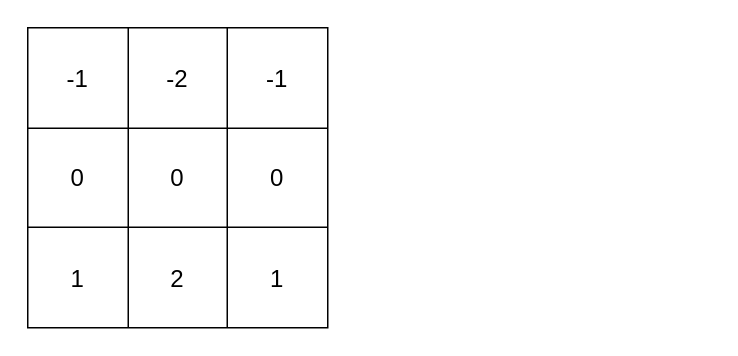
Earlier version of the draw.io diagram page "第 2 页" (2 of 3) of backbone.drawio (225ceV/-). Source tidied: cells renumbered, new cells numbered last; positions are measured from the earlier drawing's top-left corner, leaving out a move shared by most shapes. Both pictures are drawn from the tidied source at 150%, with x=0, y=0 at pixel (27, 27).
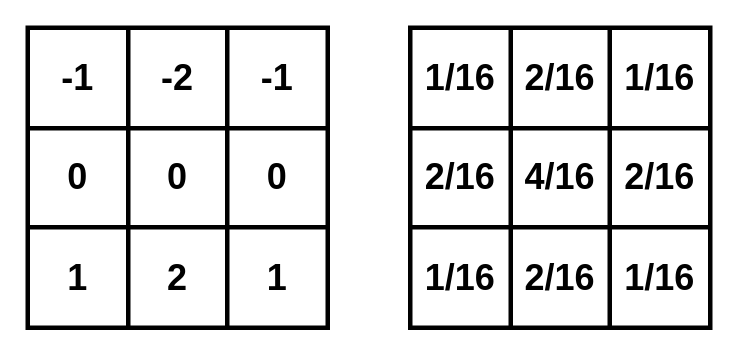
After the change.

Unchanged cells that the change refers to:
```xml
<mxCell id="3" style="shape=tableRow;horizontal=0;startSize=0;swimlaneHead=0;swimlaneBody=0;strokeColor=inherit;top=0;left=0;bottom=0;right=0;fillColor=none;fontSize=16;" parent="2" vertex="1">
  <mxGeometry width="200" height="67" as="geometry" />
</mxCell>
<mxCell id="7" style="shape=tableRow;horizontal=0;startSize=0;swimlaneHead=0;swimlaneBody=0;strokeColor=inherit;top=0;left=0;bottom=0;right=0;fillColor=none;fontSize=16;" parent="2" vertex="1">
  <mxGeometry y="67" width="200" height="66" as="geometry" />
</mxCell>
<mxCell id="11" style="shape=tableRow;horizontal=0;startSize=0;swimlaneHead=0;swimlaneBody=0;strokeColor=inherit;top=0;left=0;bottom=0;right=0;fillColor=none;fontSize=16;" parent="2" vertex="1">
  <mxGeometry y="133" width="200" height="67" as="geometry" />
</mxCell>
```

Change to the diagram source:
```diff
@@
-    <mxCell id="2" style="shape=table;startSize=0;childLayout=tableLayout;fontSize=16;" parent="1" vertex="1">
+    <mxCell id="2" style="shape=table;startSize=0;childLayout=tableLayout;fontSize=16;strokeWidth=3;" parent="1" vertex="1">
       <mxGeometry width="200" height="200" as="geometry" />
     </mxCell>
@@
-    <mxCell id="4" value="-1" style="shape=partialRectangle;html=1;whiteSpace=wrap;strokeColor=inherit;overflow=hidden;fillColor=none;top=0;left=0;bottom=0;right=0;fontSize=16;" parent="3" vertex="1">
+    <mxCell id="4" value="&lt;b&gt;&lt;font style=&quot;font-size: 24px;&quot;&gt;-1&lt;/font&gt;&lt;/b&gt;" style="shape=partialRectangle;html=1;whiteSpace=wrap;strokeColor=inherit;overflow=hidden;fillColor=none;top=0;left=0;bottom=0;right=0;fontSize=16;" parent="3" vertex="1">
       <mxGeometry width="67" height="67" as="geometry" />
     </mxCell>
-    <mxCell id="5" value="-2" style="shape=partialRectangle;html=1;whiteSpace=wrap;strokeColor=inherit;overflow=hidden;fillColor=none;top=0;left=0;bottom=0;right=0;fontSize=16;" parent="3" vertex="1">
+    <mxCell id="5" value="&lt;b&gt;&lt;font style=&quot;font-size: 24px;&quot;&gt;-2&lt;/font&gt;&lt;/b&gt;" style="shape=partialRectangle;html=1;whiteSpace=wrap;strokeColor=inherit;overflow=hidden;fillColor=none;top=0;left=0;bottom=0;right=0;fontSize=16;" parent="3" vertex="1">
       <mxGeometry x="67" width="66" height="67" as="geometry" />
     </mxCell>
-    <mxCell id="6" value="-1" style="shape=partialRectangle;html=1;whiteSpace=wrap;strokeColor=inherit;overflow=hidden;fillColor=none;top=0;left=0;bottom=0;right=0;fontSize=16;" parent="3" vertex="1">
+    <mxCell id="6" value="&lt;b&gt;&lt;font style=&quot;font-size: 24px;&quot;&gt;-1&lt;/font&gt;&lt;/b&gt;" style="shape=partialRectangle;html=1;whiteSpace=wrap;strokeColor=inherit;overflow=hidden;fillColor=none;top=0;left=0;bottom=0;right=0;fontSize=16;strokeWidth=3;" parent="3" vertex="1">
       <mxGeometry x="133" width="67" height="67" as="geometry" />
     </mxCell>
@@
-    <mxCell id="8" value="0" style="shape=partialRectangle;html=1;whiteSpace=wrap;strokeColor=inherit;overflow=hidden;fillColor=none;top=0;left=0;bottom=0;right=0;fontSize=16;" parent="7" vertex="1">
+    <mxCell id="8" value="&lt;font style=&quot;font-size: 24px;&quot;&gt;&lt;b&gt;0&lt;/b&gt;&lt;/font&gt;" style="shape=partialRectangle;html=1;whiteSpace=wrap;strokeColor=inherit;overflow=hidden;fillColor=none;top=0;left=0;bottom=0;right=0;fontSize=16;" parent="7" vertex="1">
       <mxGeometry width="67" height="66" as="geometry" />
     </mxCell>
-    <mxCell id="9" value="0" style="shape=partialRectangle;html=1;whiteSpace=wrap;strokeColor=inherit;overflow=hidden;fillColor=none;top=0;left=0;bottom=0;right=0;fontSize=16;" parent="7" vertex="1">
+    <mxCell id="9" value="&lt;b&gt;&lt;font style=&quot;font-size: 24px;&quot;&gt;0&lt;/font&gt;&lt;/b&gt;" style="shape=partialRectangle;html=1;whiteSpace=wrap;strokeColor=inherit;overflow=hidden;fillColor=none;top=0;left=0;bottom=0;right=0;fontSize=16;" parent="7" vertex="1">
       <mxGeometry x="67" width="66" height="66" as="geometry" />
     </mxCell>
-    <mxCell id="10" value="0" style="shape=partialRectangle;html=1;whiteSpace=wrap;strokeColor=inherit;overflow=hidden;fillColor=none;top=0;left=0;bottom=0;right=0;fontSize=16;" parent="7" vertex="1">
+    <mxCell id="10" value="&lt;b&gt;&lt;font style=&quot;font-size: 24px;&quot;&gt;0&lt;/font&gt;&lt;/b&gt;" style="shape=partialRectangle;html=1;whiteSpace=wrap;strokeColor=inherit;overflow=hidden;fillColor=none;top=0;left=0;bottom=0;right=0;fontSize=16;" parent="7" vertex="1">
       <mxGeometry x="133" width="67" height="66" as="geometry" />
     </mxCell>
@@
-    <mxCell id="12" value="1" style="shape=partialRectangle;html=1;whiteSpace=wrap;strokeColor=inherit;overflow=hidden;fillColor=none;top=0;left=0;bottom=0;right=0;fontSize=16;" parent="11" vertex="1">
+    <mxCell id="12" value="&lt;b&gt;&lt;font style=&quot;font-size: 24px;&quot;&gt;1&lt;/font&gt;&lt;/b&gt;" style="shape=partialRectangle;html=1;whiteSpace=wrap;strokeColor=inherit;overflow=hidden;fillColor=none;top=0;left=0;bottom=0;right=0;fontSize=16;" parent="11" vertex="1">
       <mxGeometry width="67" height="67" as="geometry" />
     </mxCell>
-    <mxCell id="13" value="2" style="shape=partialRectangle;html=1;whiteSpace=wrap;strokeColor=inherit;overflow=hidden;fillColor=none;top=0;left=0;bottom=0;right=0;fontSize=16;" parent="11" vertex="1">
+    <mxCell id="13" value="&lt;b&gt;&lt;font style=&quot;font-size: 24px;&quot;&gt;2&lt;/font&gt;&lt;/b&gt;" style="shape=partialRectangle;html=1;whiteSpace=wrap;strokeColor=inherit;overflow=hidden;fillColor=none;top=0;left=0;bottom=0;right=0;fontSize=16;" parent="11" vertex="1">
       <mxGeometry x="67" width="66" height="67" as="geometry" />
     </mxCell>
-    <mxCell id="14" value="1" style="shape=partialRectangle;html=1;whiteSpace=wrap;strokeColor=inherit;overflow=hidden;fillColor=none;top=0;left=0;bottom=0;right=0;fontSize=16;" parent="11" vertex="1">
+    <mxCell id="14" value="&lt;b&gt;&lt;font style=&quot;font-size: 24px;&quot;&gt;1&lt;/font&gt;&lt;/b&gt;" style="shape=partialRectangle;html=1;whiteSpace=wrap;strokeColor=inherit;overflow=hidden;fillColor=none;top=0;left=0;bottom=0;right=0;fontSize=16;" parent="11" vertex="1">
       <mxGeometry x="133" width="67" height="67" as="geometry" />
     </mxCell>
+    <mxCell id="15" style="shape=table;startSize=0;childLayout=tableLayout;fontSize=16;strokeWidth=3;" parent="1" vertex="1">
+      <mxGeometry x="255" width="200" height="200" as="geometry" />
+    </mxCell>
+    <mxCell id="16" style="shape=tableRow;horizontal=0;startSize=0;swimlaneHead=0;swimlaneBody=0;strokeColor=inherit;top=0;left=0;bottom=0;right=0;fillColor=none;fontSize=16;" parent="15" vertex="1">
+      <mxGeometry width="200" height="67" as="geometry" />
+    </mxCell>
+    <mxCell id="17" value="&lt;b&gt;&lt;font style=&quot;font-size: 24px;&quot;&gt;1/16&lt;/font&gt;&lt;/b&gt;" style="shape=partialRectangle;html=1;whiteSpace=wrap;strokeColor=inherit;overflow=hidden;fillColor=none;top=0;left=0;bottom=0;right=0;fontSize=16;" parent="16" vertex="1">
+      <mxGeometry width="67" height="67" as="geometry" />
+    </mxCell>
+    <mxCell id="18" value="&lt;b&gt;&lt;font style=&quot;font-size: 24px;&quot;&gt;2/16&lt;/font&gt;&lt;/b&gt;" style="shape=partialRectangle;html=1;whiteSpace=wrap;strokeColor=inherit;overflow=hidden;fillColor=none;top=0;left=0;bottom=0;right=0;fontSize=16;" parent="16" vertex="1">
+      <mxGeometry x="67" width="66" height="67" as="geometry" />
+    </mxCell>
+    <mxCell id="19" value="&lt;b&gt;&lt;font style=&quot;font-size: 24px;&quot;&gt;1/16&lt;/font&gt;&lt;/b&gt;" style="shape=partialRectangle;html=1;whiteSpace=wrap;strokeColor=inherit;overflow=hidden;fillColor=none;top=0;left=0;bottom=0;right=0;fontSize=16;" parent="16" vertex="1">
+      <mxGeometry x="133" width="67" height="67" as="geometry" />
+    </mxCell>
+    <mxCell id="20" style="shape=tableRow;horizontal=0;startSize=0;swimlaneHead=0;swimlaneBody=0;strokeColor=inherit;top=0;left=0;bottom=0;right=0;fillColor=none;fontSize=16;" parent="15" vertex="1">
+      <mxGeometry y="67" width="200" height="66" as="geometry" />
+    </mxCell>
+    <mxCell id="21" value="&lt;b&gt;&lt;font style=&quot;font-size: 24px;&quot;&gt;2/16&lt;/font&gt;&lt;/b&gt;" style="shape=partialRectangle;html=1;whiteSpace=wrap;strokeColor=inherit;overflow=hidden;fillColor=none;top=0;left=0;bottom=0;right=0;fontSize=16;" parent="20" vertex="1">
+      <mxGeometry width="67" height="66" as="geometry" />
+    </mxCell>
+    <mxCell id="22" value="&lt;font style=&quot;font-size: 24px;&quot;&gt;&lt;b&gt;4/16&lt;/b&gt;&lt;/font&gt;" style="shape=partialRectangle;html=1;whiteSpace=wrap;strokeColor=inherit;overflow=hidden;fillColor=none;top=0;left=0;bottom=0;right=0;fontSize=16;" parent="20" vertex="1">
+      <mxGeometry x="67" width="66" height="66" as="geometry" />
+    </mxCell>
+    <mxCell id="23" value="&lt;font style=&quot;font-size: 24px;&quot;&gt;&lt;b&gt;2/16&lt;/b&gt;&lt;/font&gt;" style="shape=partialRectangle;html=1;whiteSpace=wrap;strokeColor=inherit;overflow=hidden;fillColor=none;top=0;left=0;bottom=0;right=0;fontSize=16;" parent="20" vertex="1">
+      <mxGeometry x="133" width="67" height="66" as="geometry" />
+    </mxCell>
+    <mxCell id="24" style="shape=tableRow;horizontal=0;startSize=0;swimlaneHead=0;swimlaneBody=0;strokeColor=inherit;top=0;left=0;bottom=0;right=0;fillColor=none;fontSize=16;" parent="15" vertex="1">
+      <mxGeometry y="133" width="200" height="67" as="geometry" />
+    </mxCell>
+    <mxCell id="25" value="&lt;font style=&quot;font-size: 24px;&quot;&gt;&lt;b&gt;1/16&lt;/b&gt;&lt;/font&gt;" style="shape=partialRectangle;html=1;whiteSpace=wrap;strokeColor=inherit;overflow=hidden;fillColor=none;top=0;left=0;bottom=0;right=0;fontSize=16;" parent="24" vertex="1">
+      <mxGeometry width="67" height="67" as="geometry" />
+    </mxCell>
+    <mxCell id="26" value="&lt;font style=&quot;font-size: 24px;&quot;&gt;&lt;b&gt;2/16&lt;/b&gt;&lt;/font&gt;" style="shape=partialRectangle;html=1;whiteSpace=wrap;strokeColor=inherit;overflow=hidden;fillColor=none;top=0;left=0;bottom=0;right=0;fontSize=16;" parent="24" vertex="1">
+      <mxGeometry x="67" width="66" height="67" as="geometry" />
+    </mxCell>
+    <mxCell id="27" value="&lt;font style=&quot;font-size: 24px;&quot;&gt;&lt;b&gt;1/16&lt;/b&gt;&lt;/font&gt;" style="shape=partialRectangle;html=1;whiteSpace=wrap;strokeColor=inherit;overflow=hidden;fillColor=none;top=0;left=0;bottom=0;right=0;fontSize=16;" parent="24" vertex="1">
+      <mxGeometry x="133" width="67" height="67" as="geometry" />
+    </mxCell>
```
